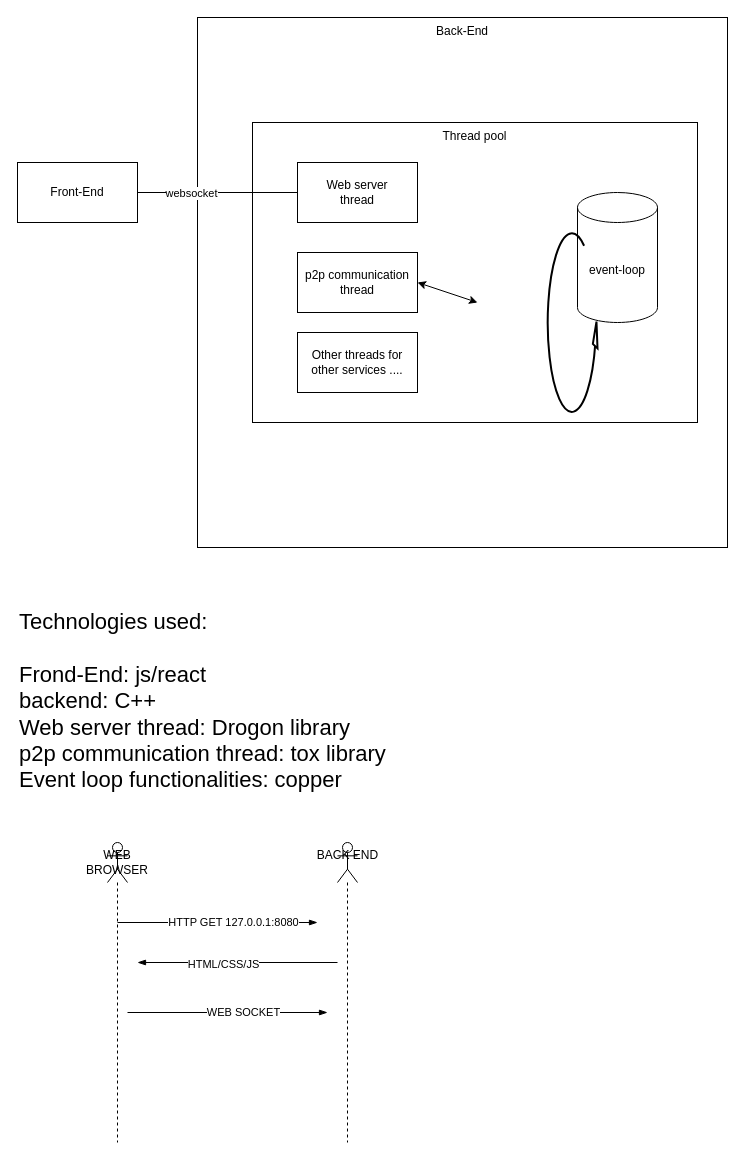
Earlier version of the draw.io diagram docs/system_diagram.drawio (yassine-112/SecureChat). Source tidied: cells renumbered, new cells numbered last; positions are measured from the earlier drawing's top-left corner, leaving out a move shared by most shapes. Both pictures are drawn from the tidied source at 100%, with x=0, y=0 at pixel (17, 17).
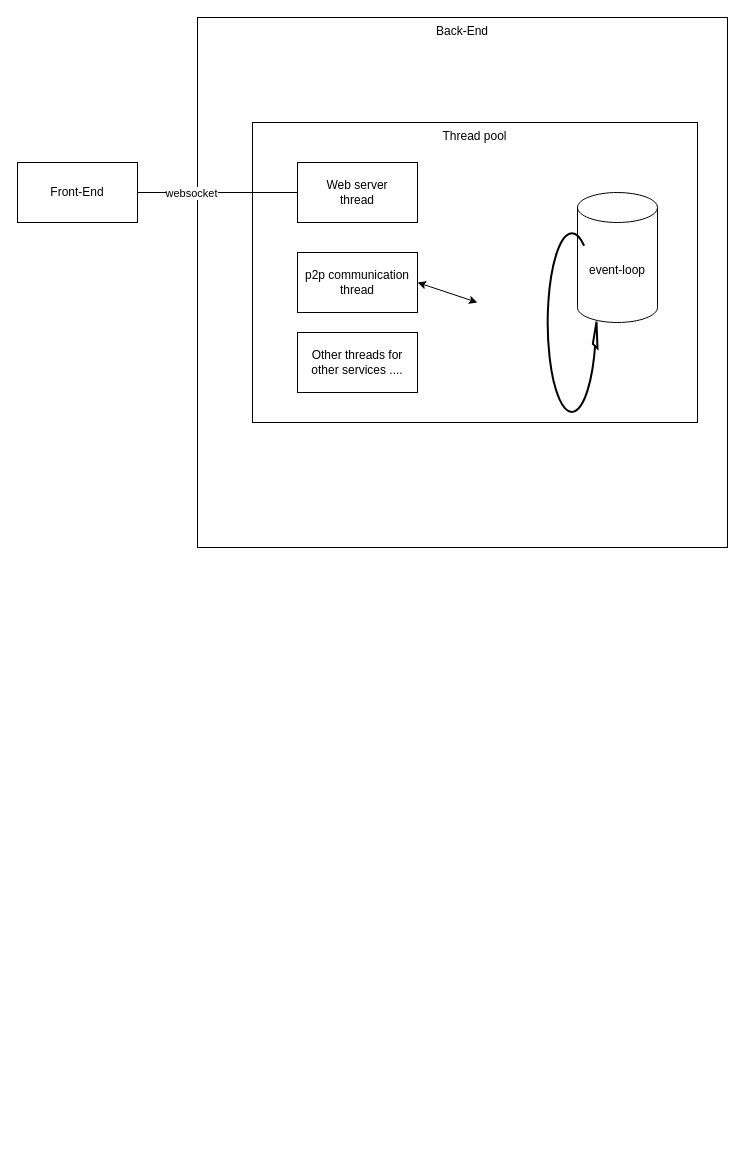
After the change.

What changed in the source:
```diff
@@
-    <mxCell id="10" value="Technologies used:&lt;br style=&quot;font-size: 22px;&quot;&gt;&lt;br style=&quot;font-size: 22px;&quot;&gt;Frond-End: js/react&lt;br style=&quot;font-size: 22px;&quot;&gt;backend: C++&lt;br style=&quot;font-size: 22px;&quot;&gt;Web server thread: Drogon library&lt;br style=&quot;font-size: 22px;&quot;&gt;p2p communication thread: tox library&lt;br style=&quot;font-size: 22px;&quot;&gt;Event loop functionalities: copper" style="text;html=1;strokeColor=none;fillColor=none;align=left;verticalAlign=top;whiteSpace=wrap;rounded=0;fontSize=22;" parent="1" vertex="1">
-      <mxGeometry y="585" width="720" height="220" as="geometry" />
-    </mxCell>
@@
-    <mxCell id="12" value="WEB BROWSER" style="shape=umlLifeline;perimeter=lifelinePerimeter;whiteSpace=wrap;html=1;newEdgeStyle={&quot;curved&quot;:0,&quot;rounded&quot;:0};participant=umlActor;" parent="1" vertex="1">
-      <mxGeometry x="90" y="825" width="20" height="300" as="geometry" />
-    </mxCell>
-    <mxCell id="13" style="shape=umlLifeline;perimeter=lifelinePerimeter;whiteSpace=wrap;html=1;newEdgeStyle={&quot;curved&quot;:0,&quot;rounded&quot;:0};participant=umlActor;" parent="1" vertex="1">
-      <mxGeometry x="320" y="825" width="20" height="300" as="geometry" />
-    </mxCell>
-    <mxCell id="14" value="BACK END" style="text;html=1;align=center;verticalAlign=middle;strokeColor=none;fillColor=none;" parent="1" vertex="1">
-      <mxGeometry x="290" y="823" width="80" height="30" as="geometry" />
-    </mxCell>
-    <mxCell id="15" style="edgeStyle=elbowEdgeStyle;fontSize=12;html=1;endArrow=blockThin;endFill=1;rounded=0;" parent="1" edge="1">
-      <mxGeometry relative="1" as="geometry">
-        <mxPoint x="100" y="905" as="sourcePoint" />
-        <mxPoint x="300" y="905" as="targetPoint" />
-      </mxGeometry>
-    </mxCell>
-    <mxCell id="16" value="HTTP GET 127.0.0.1:8080" style="edgeLabel;html=1;align=center;verticalAlign=middle;" parent="15" vertex="1">
-      <mxGeometry x="0.15" y="1" relative="1" as="geometry" />
-    </mxCell>
-    <mxCell id="17" style="edgeStyle=elbowEdgeStyle;fontSize=12;html=1;endArrow=blockThin;endFill=1;rounded=0;" parent="1" edge="1">
-      <mxGeometry relative="1" as="geometry">
-        <mxPoint x="320" y="945" as="sourcePoint" />
-        <mxPoint x="120" y="945" as="targetPoint" />
-      </mxGeometry>
-    </mxCell>
-    <mxCell id="18" value="HTML/CSS/JS" style="edgeLabel;html=1;align=center;verticalAlign=middle;" parent="17" vertex="1">
-      <mxGeometry x="0.15" y="1" relative="1" as="geometry" />
-    </mxCell>
-    <mxCell id="19" style="edgeStyle=elbowEdgeStyle;fontSize=12;html=1;endArrow=blockThin;endFill=1;rounded=0;" parent="1" edge="1">
-      <mxGeometry relative="1" as="geometry">
-        <mxPoint x="110" y="995" as="sourcePoint" />
-        <mxPoint x="310" y="995" as="targetPoint" />
-      </mxGeometry>
-    </mxCell>
-    <mxCell id="20" value="WEB SOCKET" style="edgeLabel;html=1;align=center;verticalAlign=middle;" parent="19" vertex="1">
-      <mxGeometry x="0.15" y="1" relative="1" as="geometry" />
-    </mxCell>
```
